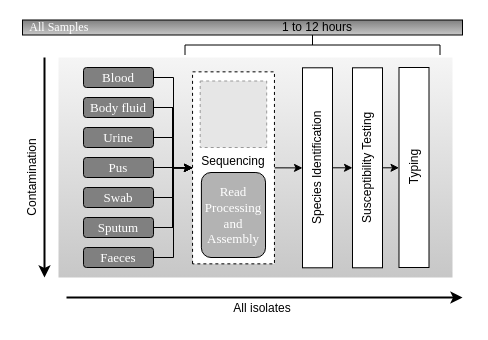
This is figures/introduction/Figure 4 source/Figure 2 c.drawio from cimendes/PhD-Thesis, a draw.io file, before an edit. Source tidied: cells renumbered, new cells numbered last; positions are measured from the earlier drawing's top-left corner, leaving out a move shared by most shapes. Both pictures are drawn from the tidied source at 100%, with x=0, y=0 at pixel (2, -83). Pictures stored in the file or linked from it are replaced by grey dashed boxes.
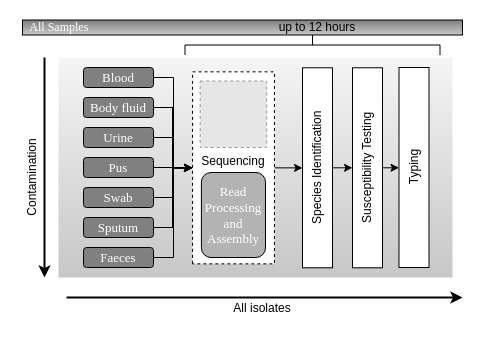
After the change.

Diff of the diagram source:
```diff
@@
-    <mxCell id="23" value="1 to 12 hours" style="text;html=1;strokeColor=none;fillColor=none;align=center;verticalAlign=middle;whiteSpace=wrap;rounded=0;" parent="1" vertex="1">
+    <mxCell id="23" value="up to 12 hours" style="text;html=1;strokeColor=none;fillColor=none;align=center;verticalAlign=middle;whiteSpace=wrap;rounded=0;" parent="1" vertex="1">
       <mxGeometry x="265" y="100" width="100" height="20" as="geometry" />
     </mxCell>
```
